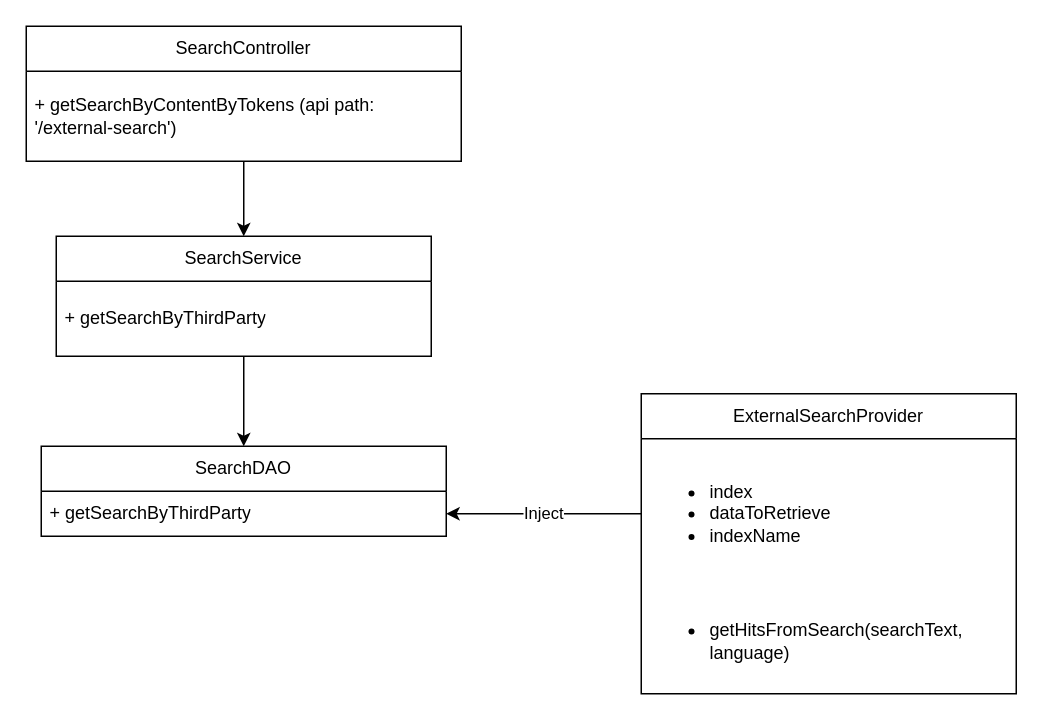
Before: Algolia Backend Structure.drawio in rahulsk-cloudcraftz/diagrams, a draw.io diagram. Source tidied: cells renumbered, new cells numbered last; positions are measured from the earlier drawing's top-left corner, leaving out a move shared by most shapes. Both pictures are drawn from the tidied source at 150%, with x=0, y=0 at pixel (26, 26).
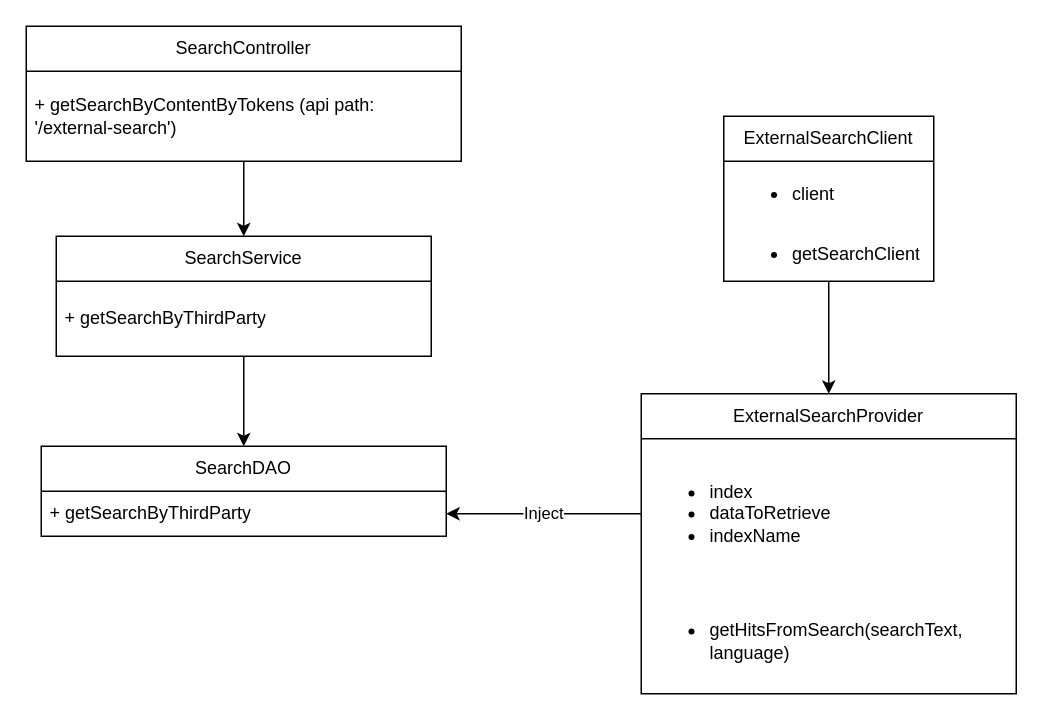
The same page after the edit.

Change to the diagram source:
```diff
@@
 <mxGraphModel>
   <root>
     <mxCell id="0" />
     <mxCell id="1" parent="0" />
     <mxCell id="2" style="edgeStyle=orthogonalEdgeStyle;rounded=0;jettySize=auto;html=1;exitX=0.5;exitY=1;exitDx=0;exitDy=0;entryX=0.5;entryY=0;entryDx=0;entryDy=0;" parent="1" edge="1" source="3" target="6">
       <mxGeometry relative="1" as="geometry" />
     </mxCell>
     <mxCell id="3" value="SearchController" style="swimlane;fontStyle=0;horizontal=1;startSize=30;whiteSpace=wrap;html=1;" parent="1" vertex="1">
       <mxGeometry width="290" height="90" as="geometry" />
     </mxCell>
     <mxCell id="4" value="+ getSearchByContentByTokens (api path: '/external-search')" style="text;strokeColor=none;fillColor=none;align=left;verticalAlign=middle;spacingLeft=4;spacingRight=4;overflow=hidden;whiteSpace=wrap;html=1;" parent="3" vertex="1">
       <mxGeometry y="30" width="290" height="60" as="geometry" />
     </mxCell>
     <mxCell id="5" style="edgeStyle=orthogonalEdgeStyle;rounded=0;jettySize=auto;html=1;exitX=0.5;exitY=1;exitDx=0;exitDy=0;" parent="1" edge="1" source="6" target="8">
       <mxGeometry relative="1" as="geometry" />
     </mxCell>
     <mxCell id="6" value="SearchService" style="swimlane;fontStyle=0;horizontal=1;startSize=30;whiteSpace=wrap;html=1;" parent="1" vertex="1">
       <mxGeometry x="20" y="140" width="250" height="80" as="geometry" />
     </mxCell>
     <mxCell id="7" value="+ getSearchByThirdParty" style="text;strokeColor=none;fillColor=none;align=left;verticalAlign=middle;spacingLeft=4;spacingRight=4;overflow=hidden;whiteSpace=wrap;html=1;" parent="6" vertex="1">
       <mxGeometry y="30" width="250" height="50" as="geometry" />
     </mxCell>
     <mxCell id="8" value="SearchDAO" style="swimlane;fontStyle=0;horizontal=1;startSize=30;whiteSpace=wrap;html=1;" parent="1" vertex="1">
       <mxGeometry x="10" y="280" width="270" height="60" as="geometry" />
     </mxCell>
     <mxCell id="9" value="+ getSearchByThirdParty" style="text;strokeColor=none;fillColor=none;align=left;verticalAlign=middle;spacingLeft=4;spacingRight=4;overflow=hidden;points=[[0,0.5],[1,0.5]];portConstraint=eastwest;whiteSpace=wrap;html=1;" parent="8" vertex="1">
       <mxGeometry y="30" width="270" height="30" as="geometry" />
     </mxCell>
     <mxCell id="10" value="ExternalSearchProvider" style="swimlane;fontStyle=0;horizontal=1;startSize=30;whiteSpace=wrap;html=1;" parent="1" vertex="1">
       <mxGeometry x="410" y="245" width="250" height="200" as="geometry" />
     </mxCell>
     <mxCell id="11" value="&lt;div&gt;&lt;ul&gt;&lt;li&gt;index&lt;/li&gt;&lt;li&gt;dataToRetrieve&lt;/li&gt;&lt;li&gt;indexName&lt;br&gt;&lt;/li&gt;&lt;/ul&gt;&lt;/div&gt;" style="text;strokeColor=none;fillColor=none;align=left;verticalAlign=middle;spacingLeft=4;spacingRight=4;overflow=hidden;points=[[0,0.5],[1,0.5]];portConstraint=eastwest;whiteSpace=wrap;html=1;" parent="10" vertex="1">
       <mxGeometry y="30" width="250" height="100" as="geometry" />
     </mxCell>
     <mxCell id="12" value="&lt;ul&gt;&lt;li&gt;getHitsFromSearch(searchText, language)&lt;br&gt;&lt;/li&gt;&lt;/ul&gt;" style="text;strokeColor=none;fillColor=none;align=left;verticalAlign=middle;spacingLeft=4;spacingRight=4;overflow=hidden;whiteSpace=wrap;html=1;" parent="10" vertex="1">
       <mxGeometry y="130" width="250" height="70" as="geometry" />
     </mxCell>
     <mxCell id="13" value="&lt;div&gt;Inject&lt;/div&gt;" style="edgeStyle=orthogonalEdgeStyle;rounded=0;jettySize=auto;html=1;exitX=0;exitY=0.5;exitDx=0;exitDy=0;entryX=1;entryY=0.5;entryDx=0;entryDy=0;" parent="1" edge="1" source="11" target="9">
       <mxGeometry relative="1" as="geometry" />
     </mxCell>
+    <mxCell id="14" style="edgeStyle=orthogonalEdgeStyle;rounded=0;jettySize=auto;html=1;" parent="1" edge="1" source="15" target="10">
+      <mxGeometry relative="1" as="geometry" />
+    </mxCell>
+    <mxCell id="15" value="ExternalSearchClient" style="swimlane;fontStyle=0;horizontal=1;startSize=30;whiteSpace=wrap;html=1;" parent="1" vertex="1">
+      <mxGeometry x="465" y="60" width="140" height="110" as="geometry" />
+    </mxCell>
+    <mxCell id="16" value="&lt;ul&gt;&lt;li&gt;client&lt;/li&gt;&lt;/ul&gt;" style="text;strokeColor=none;fillColor=none;align=left;verticalAlign=middle;spacingLeft=4;spacingRight=4;overflow=hidden;whiteSpace=wrap;html=1;" parent="15" vertex="1">
+      <mxGeometry y="30" width="140" height="40" as="geometry" />
+    </mxCell>
+    <mxCell id="17" value="&lt;ul&gt;&lt;li&gt;getSearchClient&lt;/li&gt;&lt;/ul&gt;" style="text;strokeColor=none;fillColor=none;align=left;verticalAlign=middle;spacingLeft=4;spacingRight=4;overflow=hidden;whiteSpace=wrap;html=1;" parent="15" vertex="1">
+      <mxGeometry y="70" width="140" height="40" as="geometry" />
+    </mxCell>
   </root>
 </mxGraphModel>
```
